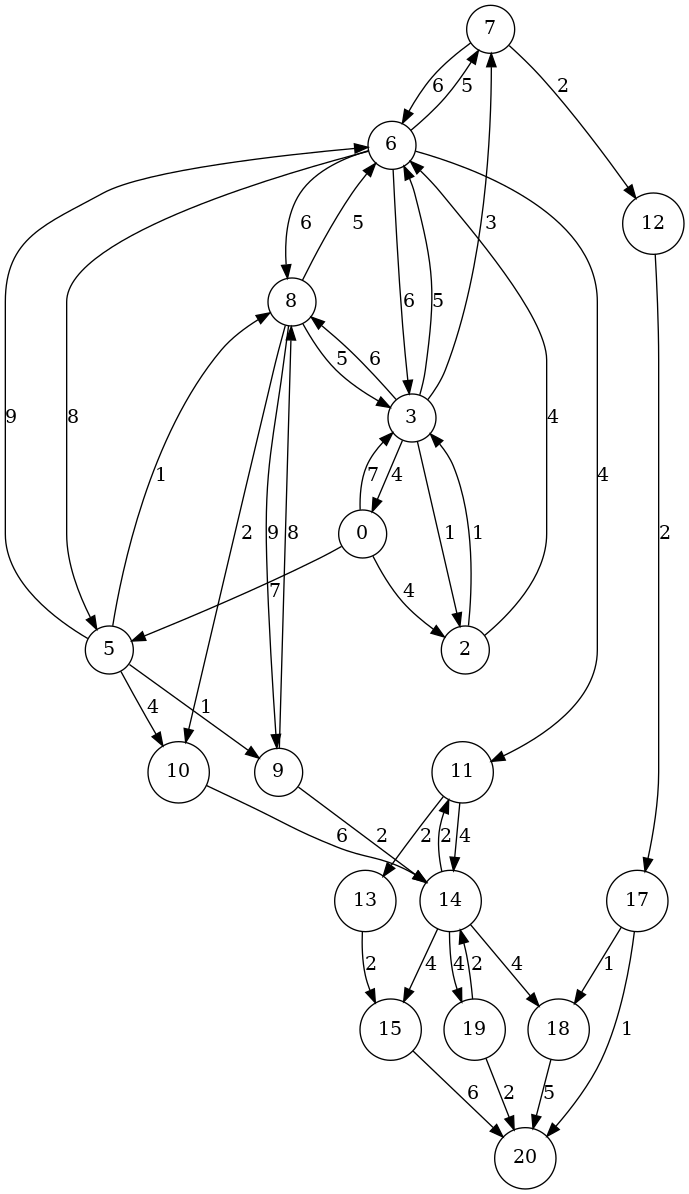
Before: figures/grapha.png, a diagram exported from Graphviz (kaygun/ford-fulkerson). Its source is kept beside it as figures/grapha.dot.
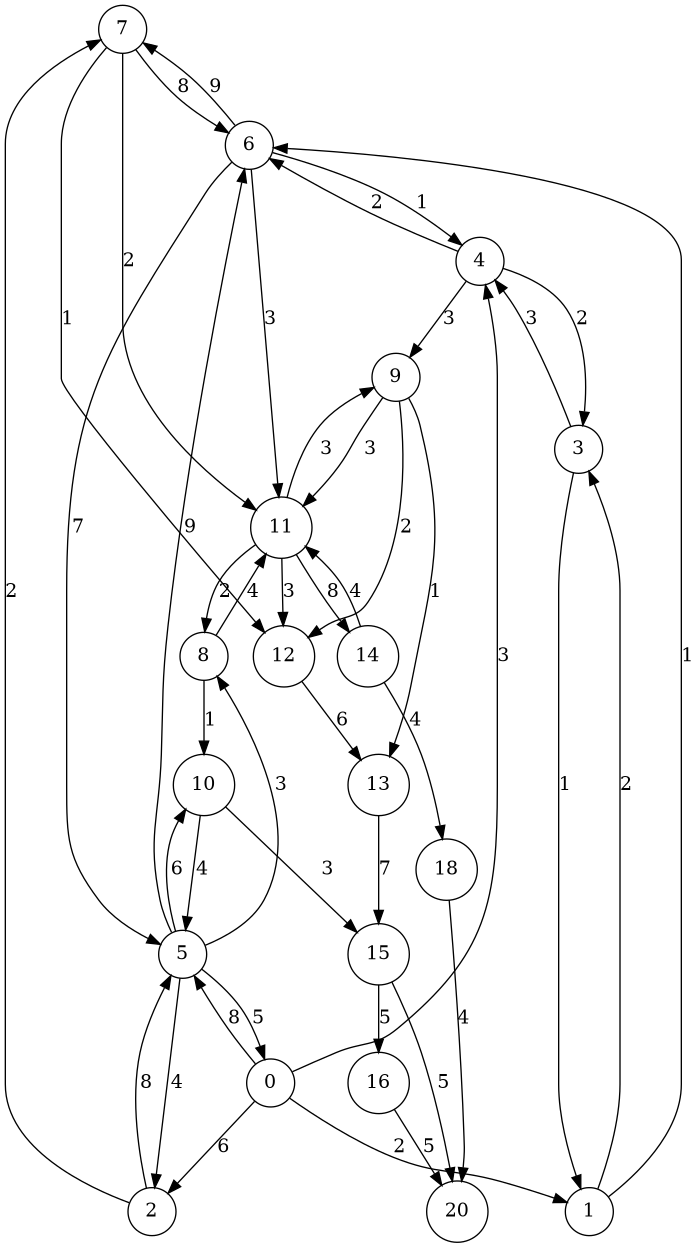
After the commit.

What changed in the source:
```diff
@@ -1,45 +1,47 @@
 digraph G {
 node[shape=circle];
-"7" -> "6" [label=6];
-"9" -> "8" [label=8];
-"10" -> "14" [label=6];
-"8" -> "9" [label=9];
-"7" -> "12" [label=2];
-"13" -> "15" [label=2];
-"12" -> "17" [label=2];
-"2" -> "3" [label=1];
-"6" -> "7" [label=5];
-"8" -> "3" [label=5];
-"5" -> "10" [label=4];
-"6" -> "3" [label=6];
-"0" -> "5" [label=7];
-"17" -> "18" [label=1];
-"11" -> "14" [label=4];
-"8" -> "6" [label=5];
-"3" -> "0" [label=4];
-"11" -> "13" [label=2];
-"8" -> "10" [label=2];
-"14" -> "19" [label=4];
-"6" -> "5" [label=8];
-"15" -> "20" [label=6];
-"14" -> "15" [label=4];
-"9" -> "14" [label=2];
-"0" -> "3" [label=7];
+"7" -> "6" [label=8];
+"8" -> "11" [label=4];
+"7" -> "12" [label=1];
+"10" -> "5" [label=4];
+"13" -> "15" [label=7];
+"11" -> "9" [label=3];
+"4" -> "3" [label=2];
+"7" -> "11" [label=2];
+"10" -> "15" [label=3];
+"2" -> "5" [label=8];
+"15" -> "16" [label=5];
+"6" -> "7" [label=9];
+"12" -> "13" [label=6];
+"5" -> "10" [label=6];
+"0" -> "5" [label=8];
+"3" -> "4" [label=3];
+"11" -> "14" [label=8];
+"8" -> "10" [label=1];
+"9" -> "12" [label=2];
+"4" -> "9" [label=3];
+"6" -> "5" [label=7];
+"15" -> "20" [label=5];
+"5" -> "2" [label=4];
+"4" -> "6" [label=2];
+"11" -> "8" [label=2];
+"11" -> "12" [label=3];
+"1" -> "3" [label=2];
+"6" -> "4" [label=1];
 "5" -> "6" [label=9];
-"5" -> "8" [label=1];
-"14" -> "11" [label=2];
-"6" -> "8" [label=6];
-"6" -> "11" [label=4];
-"5" -> "9" [label=1];
-"3" -> "6" [label=5];
-"19" -> "14" [label=2];
-"0" -> "2" [label=4];
+"5" -> "8" [label=3];
+"14" -> "11" [label=4];
+"9" -> "11" [label=3];
+"6" -> "11" [label=3];
+"2" -> "7" [label=2];
+"0" -> "2" [label=6];
+"0" -> "4" [label=3];
 "14" -> "18" [label=4];
-"3" -> "8" [label=6];
-"3" -> "7" [label=3];
-"2" -> "6" [label=4];
-"18" -> "20" [label=5];
-"3" -> "2" [label=1];
-"19" -> "20" [label=2];
-"17" -> "20" [label=1];
+"9" -> "13" [label=1];
+"3" -> "1" [label=1];
+"1" -> "6" [label=1];
+"16" -> "20" [label=5];
+"5" -> "0" [label=5];
+"18" -> "20" [label=4];
+"0" -> "1" [label=2];
 }
```
